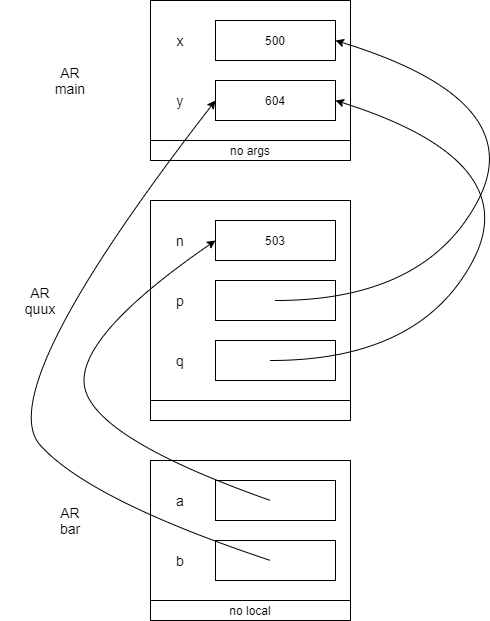
Above: lab1exe_D2_diagram_export.png in meng-ucalgary/ensf-614-assignment-1 (draw.io), before the change. Source tidied: cells renumbered, new cells last; positions are measured from the earlier drawing's top-left corner, leaving out a move shared by most shapes.
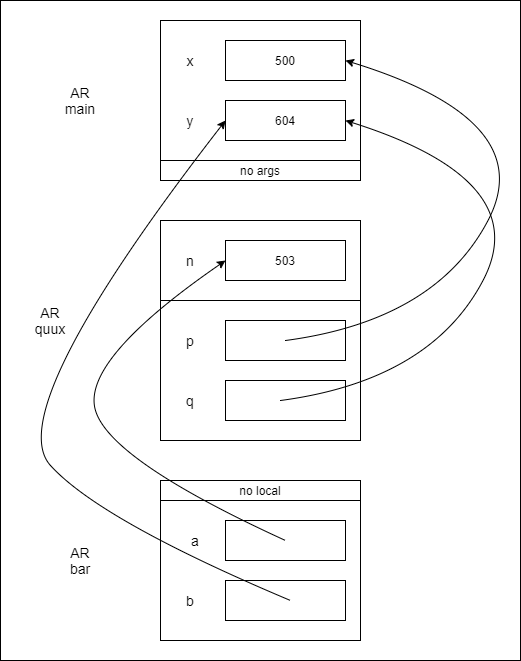
After the commit.

Commit message:
Correction in the Activation Record diagram

Change to the diagram source:
```diff
@@ -2,6 +2,9 @@
   <root>
     <mxCell id="0" />
     <mxCell id="1" parent="0" />
+    <mxCell id="31" style="rounded=0;whiteSpace=wrap;html=1;" parent="1" vertex="1">
+      <mxGeometry y="-20" width="520" height="660" as="geometry" />
+    </mxCell>
     <mxCell id="2" style="rounded=0;whiteSpace=wrap;html=1;" parent="1" vertex="1">
       <mxGeometry x="160" width="200" height="160" as="geometry" />
     </mxCell>
@@ -25,8 +28,8 @@
     </mxCell>
     <mxCell id="8" style="endArrow=none;html=1;" parent="1" edge="1">
       <mxGeometry relative="1" as="geometry">
-        <mxPoint x="160" y="400" as="sourcePoint" />
-        <mxPoint x="360" y="400" as="targetPoint" />
+        <mxPoint x="160" y="280" as="sourcePoint" />
+        <mxPoint x="360" y="280" as="targetPoint" />
       </mxGeometry>
     </mxCell>
     <mxCell id="9" value="x" style="text;html=1;strokeColor=none;fillColor=none;align=center;verticalAlign=middle;whiteSpace=wrap;rounded=0;fontSize=14;" parent="1" vertex="1">
@@ -45,50 +48,50 @@
       <mxGeometry x="10" y="280" width="80" height="40" as="geometry" />
     </mxCell>
     <mxCell id="14" value="AR&lt;br style=&quot;font-size: 14px;&quot;&gt;bar" style="text;html=1;strokeColor=none;fillColor=none;align=center;verticalAlign=middle;whiteSpace=wrap;rounded=0;fontSize=14;" parent="1" vertex="1">
-      <mxGeometry x="40" y="500" width="80" height="40" as="geometry" />
+      <mxGeometry x="40" y="520" width="80" height="40" as="geometry" />
     </mxCell>
     <mxCell id="15" value="n" style="text;html=1;strokeColor=none;fillColor=none;align=center;verticalAlign=middle;whiteSpace=wrap;rounded=0;fontSize=14;" parent="1" vertex="1">
       <mxGeometry x="170" y="230" width="40" height="20" as="geometry" />
     </mxCell>
     <mxCell id="16" style="rounded=0;whiteSpace=wrap;html=1;" parent="1" vertex="1">
-      <mxGeometry x="225" y="280" width="120" height="40" as="geometry" />
+      <mxGeometry x="225" y="300" width="120" height="40" as="geometry" />
     </mxCell>
     <mxCell id="17" style="rounded=0;whiteSpace=wrap;html=1;" parent="1" vertex="1">
-      <mxGeometry x="225" y="340" width="120" height="40" as="geometry" />
+      <mxGeometry x="225" y="360" width="120" height="40" as="geometry" />
     </mxCell>
     <mxCell id="18" value="p" style="text;html=1;strokeColor=none;fillColor=none;align=center;verticalAlign=middle;whiteSpace=wrap;rounded=0;fontSize=14;" parent="1" vertex="1">
-      <mxGeometry x="170" y="290" width="40" height="20" as="geometry" />
+      <mxGeometry x="170" y="310" width="40" height="20" as="geometry" />
     </mxCell>
     <mxCell id="19" value="q" style="text;html=1;strokeColor=none;fillColor=none;align=center;verticalAlign=middle;whiteSpace=wrap;rounded=0;fontSize=14;" parent="1" vertex="1">
-      <mxGeometry x="170" y="350" width="40" height="20" as="geometry" />
+      <mxGeometry x="170" y="370" width="40" height="20" as="geometry" />
     </mxCell>
     <mxCell id="20" style="rounded=0;whiteSpace=wrap;html=1;" parent="1" vertex="1">
       <mxGeometry x="160" y="460" width="200" height="160" as="geometry" />
     </mxCell>
     <mxCell id="21" style="rounded=0;whiteSpace=wrap;html=1;" parent="1" vertex="1">
-      <mxGeometry x="225" y="480" width="120" height="40" as="geometry" />
+      <mxGeometry x="225" y="500" width="120" height="40" as="geometry" />
     </mxCell>
     <mxCell id="22" style="rounded=0;whiteSpace=wrap;html=1;" parent="1" vertex="1">
-      <mxGeometry x="225" y="540" width="120" height="40" as="geometry" />
+      <mxGeometry x="225" y="560" width="120" height="40" as="geometry" />
     </mxCell>
     <mxCell id="23" style="endArrow=none;html=1;" parent="1" edge="1">
       <mxGeometry relative="1" as="geometry">
-        <mxPoint x="160" y="600" as="sourcePoint" />
-        <mxPoint x="360" y="600" as="targetPoint" />
+        <mxPoint x="160" y="480" as="sourcePoint" />
+        <mxPoint x="360" y="480" as="targetPoint" />
       </mxGeometry>
     </mxCell>
     <mxCell id="24" value="a" style="text;html=1;strokeColor=none;fillColor=none;align=center;verticalAlign=middle;whiteSpace=wrap;rounded=0;fontSize=14;" parent="1" vertex="1">
-      <mxGeometry x="170" y="490" width="40" height="20" as="geometry" />
+      <mxGeometry x="175" y="510" width="40" height="20" as="geometry" />
     </mxCell>
     <mxCell id="25" value="b" style="text;html=1;strokeColor=none;fillColor=none;align=center;verticalAlign=middle;whiteSpace=wrap;rounded=0;fontSize=14;" parent="1" vertex="1">
-      <mxGeometry x="170" y="550" width="40" height="20" as="geometry" />
+      <mxGeometry x="170" y="570" width="40" height="20" as="geometry" />
     </mxCell>
     <mxCell id="26" value="no local" style="text;html=1;strokeColor=none;fillColor=none;align=center;verticalAlign=middle;whiteSpace=wrap;rounded=0;" parent="1" vertex="1">
-      <mxGeometry x="215" y="600" width="90" height="20" as="geometry" />
+      <mxGeometry x="215" y="460" width="90" height="20" as="geometry" />
     </mxCell>
     <mxCell id="27" style="curved=1;endArrow=classic;html=1;fontSize=14;entryX=1;entryY=0.5;entryDx=0;entryDy=0;" parent="1" edge="1" target="4">
       <mxGeometry relative="1" as="geometry">
-        <mxPoint x="285" y="300" as="sourcePoint" />
+        <mxPoint x="285" y="320" as="sourcePoint" />
         <Array as="points">
           <mxPoint x="435" y="300" />
           <mxPoint x="540" y="100" />
@@ -97,7 +100,7 @@
     </mxCell>
     <mxCell id="28" style="curved=1;endArrow=classic;html=1;fontSize=14;entryX=1;entryY=0.5;entryDx=0;entryDy=0;" parent="1" edge="1" target="5">
       <mxGeometry relative="1" as="geometry">
-        <mxPoint x="280" y="360" as="sourcePoint" />
+        <mxPoint x="280" y="380" as="sourcePoint" />
         <Array as="points">
           <mxPoint x="430" y="360" />
           <mxPoint x="535" y="160" />
@@ -106,7 +109,7 @@
     </mxCell>
     <mxCell id="29" style="curved=1;endArrow=classic;html=1;fontSize=14;entryX=0;entryY=0.5;entryDx=0;entryDy=0;" parent="1" edge="1" target="6">
       <mxGeometry relative="1" as="geometry">
-        <mxPoint x="280" y="500" as="sourcePoint" />
+        <mxPoint x="285" y="520" as="sourcePoint" />
         <Array as="points">
           <mxPoint x="110" y="440" />
           <mxPoint x="80" y="340" />
@@ -115,7 +118,7 @@
     </mxCell>
     <mxCell id="30" style="curved=1;endArrow=classic;html=1;fontSize=14;entryX=0;entryY=0.5;entryDx=0;entryDy=0;" parent="1" edge="1" target="5">
       <mxGeometry relative="1" as="geometry">
-        <mxPoint x="280" y="560" as="sourcePoint" />
+        <mxPoint x="290" y="580" as="sourcePoint" />
         <Array as="points">
           <mxPoint x="100" y="500" />
           <mxPoint y="390" />
```
